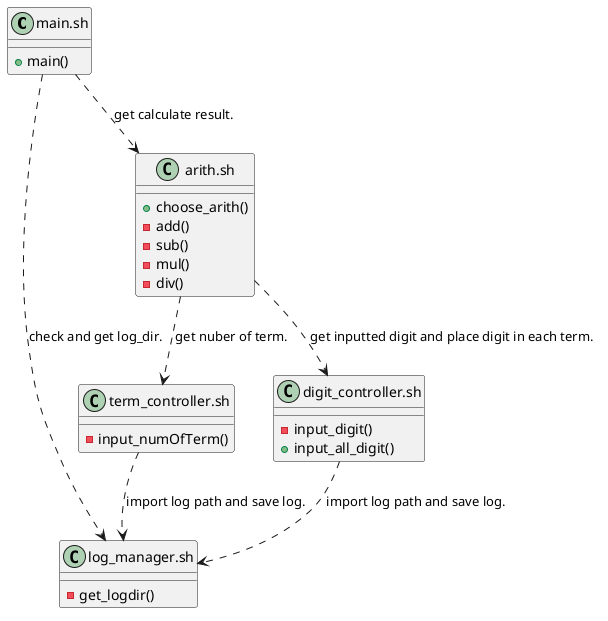
This is docs/basic-calc_class.png from Jumacde/shellscript_basiccalc_whileloop, a PlantUML export, as it was before one commit.
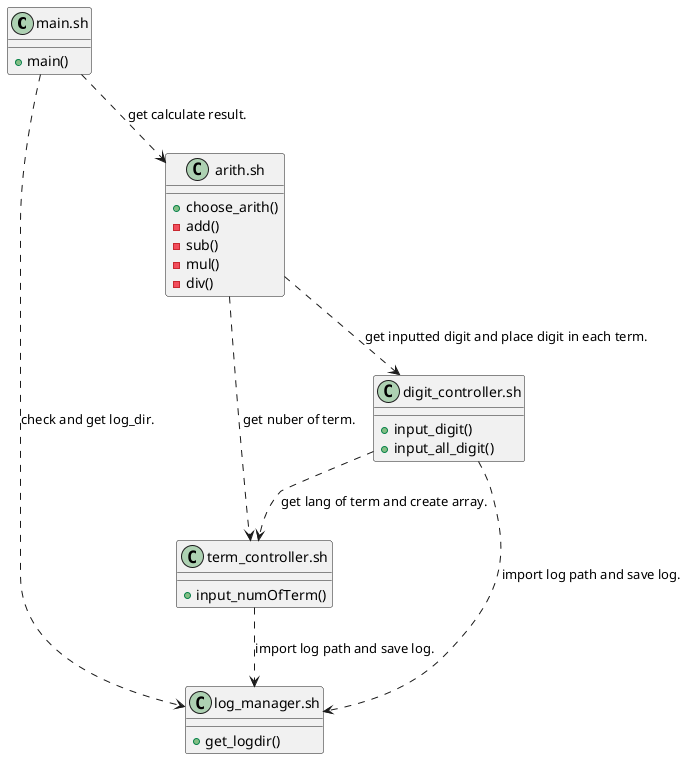
Later version of the same file.

Diff of the diagram source:
```diff
@@ -3,13 +3,13 @@
 		+ main()
 	}
 	class "log_manager.sh" as log {
-		- get_logdir()
+		+ get_logdir()
 	}
 	class "term_controller.sh" as term {
-		- input_numOfTerm()
+		+ input_numOfTerm()
 	}
 	class "digit_controller.sh" as digit {
-		- input_digit()
+		+ input_digit()
 		+ input_all_digit()
 	}
 	class "arith.sh" as arith {
@@ -23,6 +23,7 @@
 main ..> log: check and get log_dir.
 arith ..> term: get nuber of term.
 arith ..> digit: get inputted digit and place digit in each term.
+digit ..> term: get lang of term and create array.
 main ..> arith: get calculate result.
 term ..> log: import log path and save log.
 digit ..> log: import log path and save log.
```
